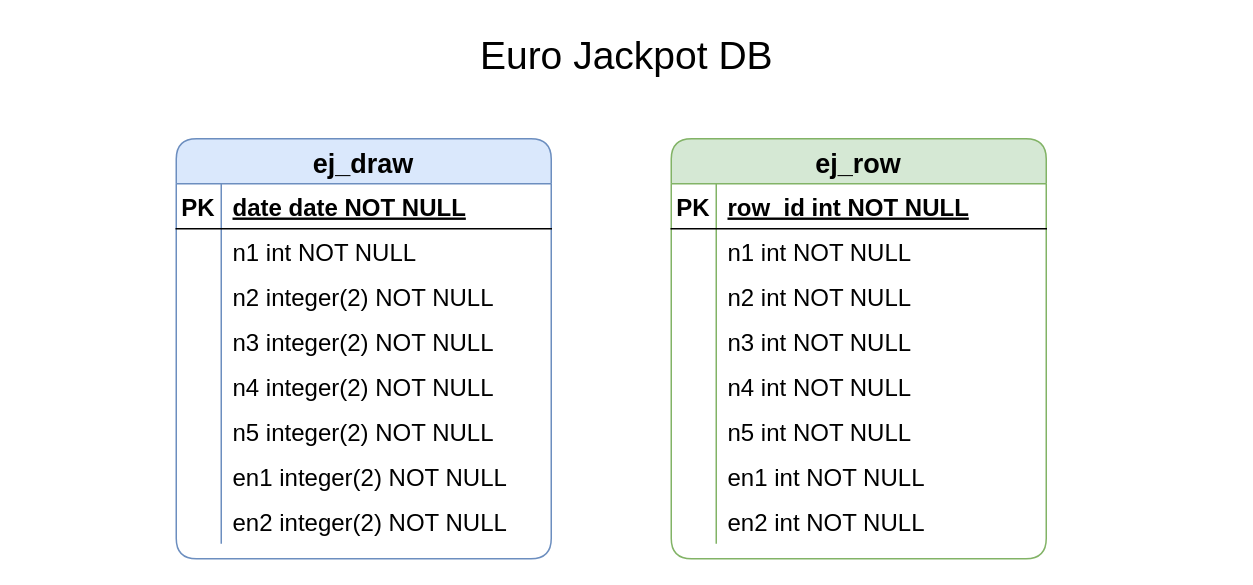
The draw.io diagram assets/images/documentation/er-diagram.drawio in tonisun/lotto-dbms, before the edit. Source tidied: cells renumbered, new cells numbered last; positions are measured from the earlier drawing's top-left corner, leaving out a move shared by most shapes. Both pictures are drawn from the tidied source at 150%, with x=0, y=0 at pixel (176, 26).
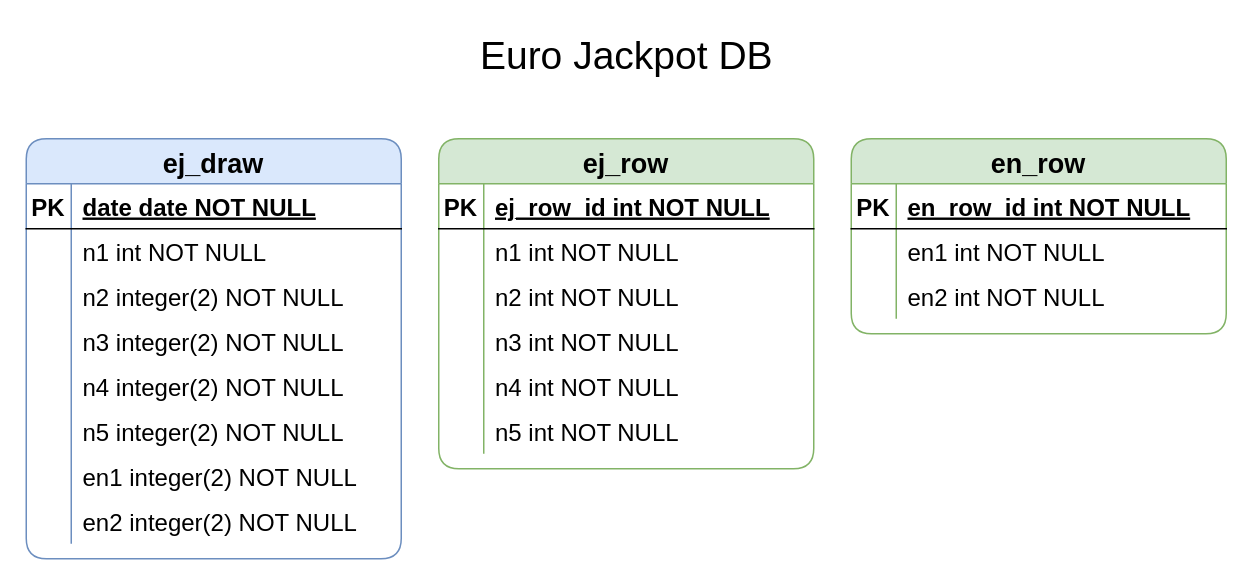
After the change.

The change refers to these unchanged cells:
```xml
<mxCell id="3" style="shape=partialRectangle;fillColor=none;top=0;left=0;right=0;bottom=1;" parent="2" vertex="1">
  <mxGeometry y="30" width="250" height="30" as="geometry" />
</mxCell>
```

Diff of the diagram source:
```diff
@@
     <mxCell id="2" value="ej_row" style="shape=table;startSize=30;childLayout=tableLayout;rowLines=0;fontStyle=1;align=center;fillColor=#d5e8d4;strokeColor=#82b366;rounded=1;fontSize=18;" parent="1" vertex="1">
-      <mxGeometry x="330" y="75" width="250" height="280" as="geometry" />
+      <mxGeometry x="175" y="75" width="250" height="220" as="geometry" />
     </mxCell>
@@
-    <mxCell id="5" value="row_id int NOT NULL " style="shape=partialRectangle;overflow=hidden;fillColor=none;top=0;left=0;bottom=0;right=0;align=left;spacingLeft=6;fontStyle=5;fontSize=16;" parent="3" vertex="1">
+    <mxCell id="5" value="ej_row_id int NOT NULL " style="shape=partialRectangle;overflow=hidden;fillColor=none;top=0;left=0;bottom=0;right=0;align=left;spacingLeft=6;fontStyle=5;fontSize=16;" parent="3" vertex="1">
       <mxGeometry x="30" width="220" height="30" as="geometry" />
     </mxCell>
@@
-    <mxCell id="21" style="shape=partialRectangle;fillColor=none;top=0;left=0;right=0;bottom=0;fontSize=16;" parent="2" vertex="1">
-      <mxGeometry y="210" width="250" height="30" as="geometry" />
-    </mxCell>
-    <mxCell id="22" style="shape=partialRectangle;overflow=hidden;fillColor=none;top=0;left=0;bottom=0;right=0;fontSize=16;" parent="21" vertex="1">
-      <mxGeometry width="30" height="30" as="geometry" />
-    </mxCell>
-    <mxCell id="23" value="en1 int NOT NULL" style="shape=partialRectangle;overflow=hidden;fillColor=none;top=0;left=0;bottom=0;right=0;align=left;spacingLeft=6;fontSize=16;" parent="21" vertex="1">
-      <mxGeometry x="30" width="220" height="30" as="geometry" />
-    </mxCell>
-    <mxCell id="24" style="shape=partialRectangle;fillColor=none;top=0;left=0;right=0;bottom=0;fontSize=16;" parent="2" vertex="1">
-      <mxGeometry y="240" width="250" height="30" as="geometry" />
-    </mxCell>
-    <mxCell id="25" style="shape=partialRectangle;overflow=hidden;fillColor=none;top=0;left=0;bottom=0;right=0;fontSize=16;" parent="24" vertex="1">
-      <mxGeometry width="30" height="30" as="geometry" />
-    </mxCell>
-    <mxCell id="26" value="en2 int NOT NULL" style="shape=partialRectangle;overflow=hidden;fillColor=none;top=0;left=0;bottom=0;right=0;align=left;spacingLeft=6;fontSize=16;" parent="24" vertex="1">
-      <mxGeometry x="30" width="220" height="30" as="geometry" />
-    </mxCell>
     <mxCell id="27" value="ej_draw" style="shape=table;startSize=30;childLayout=tableLayout;rowLines=0;fontStyle=1;align=center;fillColor=#dae8fc;strokeColor=#6c8ebf;rounded=1;shadow=0;swimlaneLine=1;fontSize=18;" parent="1" vertex="1">
-      <mxGeometry y="75" width="250" height="280" as="geometry" />
+      <mxGeometry x="-100" y="75" width="250" height="280" as="geometry" />
     </mxCell>
@@
+    <mxCell id="53" value="en_row" style="shape=table;startSize=30;childLayout=tableLayout;rowLines=0;fontStyle=1;align=center;fillColor=#d5e8d4;strokeColor=#82b366;rounded=1;fontSize=18;" parent="1" vertex="1">
+      <mxGeometry x="450" y="75" width="250" height="130" as="geometry" />
+    </mxCell>
+    <mxCell id="54" style="shape=partialRectangle;fillColor=none;top=0;left=0;right=0;bottom=1;" parent="53" vertex="1">
+      <mxGeometry y="30" width="250" height="30" as="geometry" />
+    </mxCell>
+    <mxCell id="55" value="PK" style="shape=partialRectangle;overflow=hidden;fillColor=none;top=0;left=0;bottom=0;right=0;fontStyle=1;fontSize=16;" parent="54" vertex="1">
+      <mxGeometry width="30" height="30" as="geometry" />
+    </mxCell>
+    <mxCell id="56" value="en_row_id int NOT NULL " style="shape=partialRectangle;overflow=hidden;fillColor=none;top=0;left=0;bottom=0;right=0;align=left;spacingLeft=6;fontStyle=5;fontSize=16;" parent="54" vertex="1">
+      <mxGeometry x="30" width="220" height="30" as="geometry" />
+    </mxCell>
+    <mxCell id="57" style="shape=partialRectangle;fillColor=none;top=0;left=0;right=0;bottom=0;fontSize=16;" parent="53" vertex="1">
+      <mxGeometry y="60" width="250" height="30" as="geometry" />
+    </mxCell>
+    <mxCell id="58" style="shape=partialRectangle;overflow=hidden;fillColor=none;top=0;left=0;bottom=0;right=0;fontSize=16;" parent="57" vertex="1">
+      <mxGeometry width="30" height="30" as="geometry" />
+    </mxCell>
+    <mxCell id="23" value="en1 int NOT NULL" style="shape=partialRectangle;overflow=hidden;fillColor=none;top=0;left=0;bottom=0;right=0;align=left;spacingLeft=6;fontSize=16;" parent="57" vertex="1">
+      <mxGeometry x="30" width="220" height="30" as="geometry" />
+    </mxCell>
+    <mxCell id="59" style="shape=partialRectangle;fillColor=none;top=0;left=0;right=0;bottom=0;fontSize=16;" parent="53" vertex="1">
+      <mxGeometry y="90" width="250" height="30" as="geometry" />
+    </mxCell>
+    <mxCell id="60" style="shape=partialRectangle;overflow=hidden;fillColor=none;top=0;left=0;bottom=0;right=0;fontSize=16;" parent="59" vertex="1">
+      <mxGeometry width="30" height="30" as="geometry" />
+    </mxCell>
+    <mxCell id="26" value="en2 int NOT NULL" style="shape=partialRectangle;overflow=hidden;fillColor=none;top=0;left=0;bottom=0;right=0;align=left;spacingLeft=6;fontSize=16;" parent="59" vertex="1">
+      <mxGeometry x="30" width="220" height="30" as="geometry" />
+    </mxCell>
```
